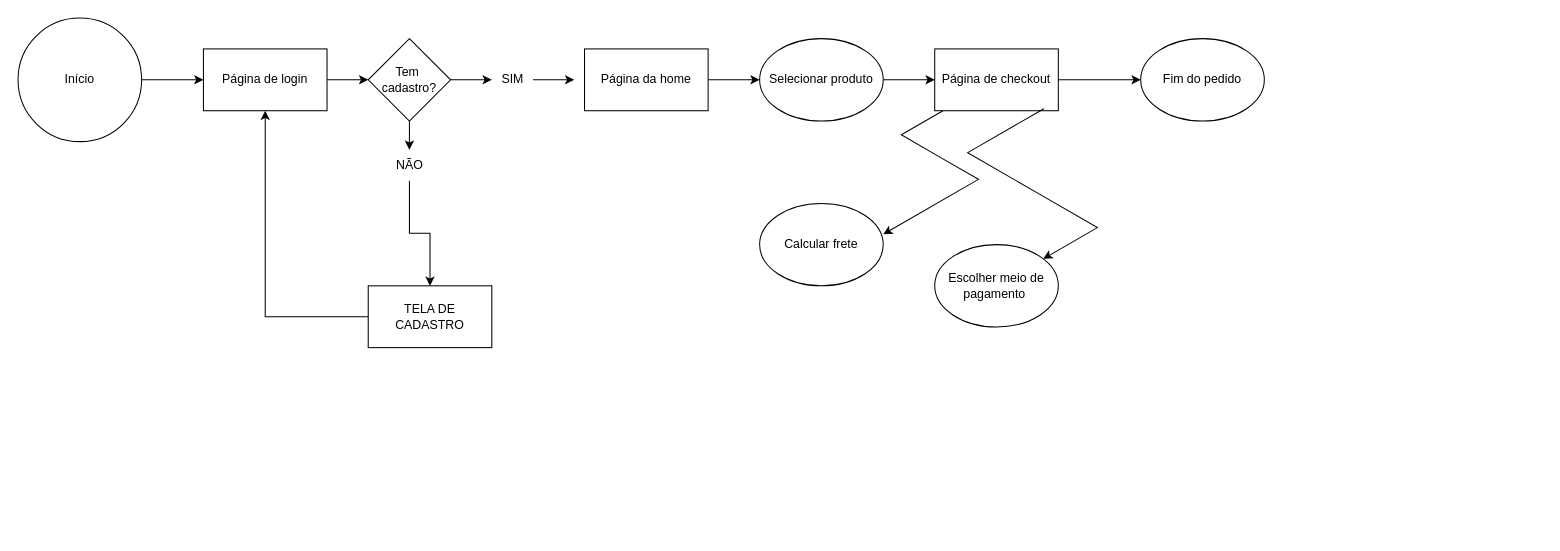
Above: Diagrama sem nome.drawio in murilosouzza/Userflow (draw.io), before the change. Source tidied: cells renumbered, new cells numbered last; positions are measured from the earlier drawing's top-left corner, leaving out a move shared by most shapes. Both pictures are drawn from the tidied source at 103%, with x=0, y=0 at pixel (18, 18).
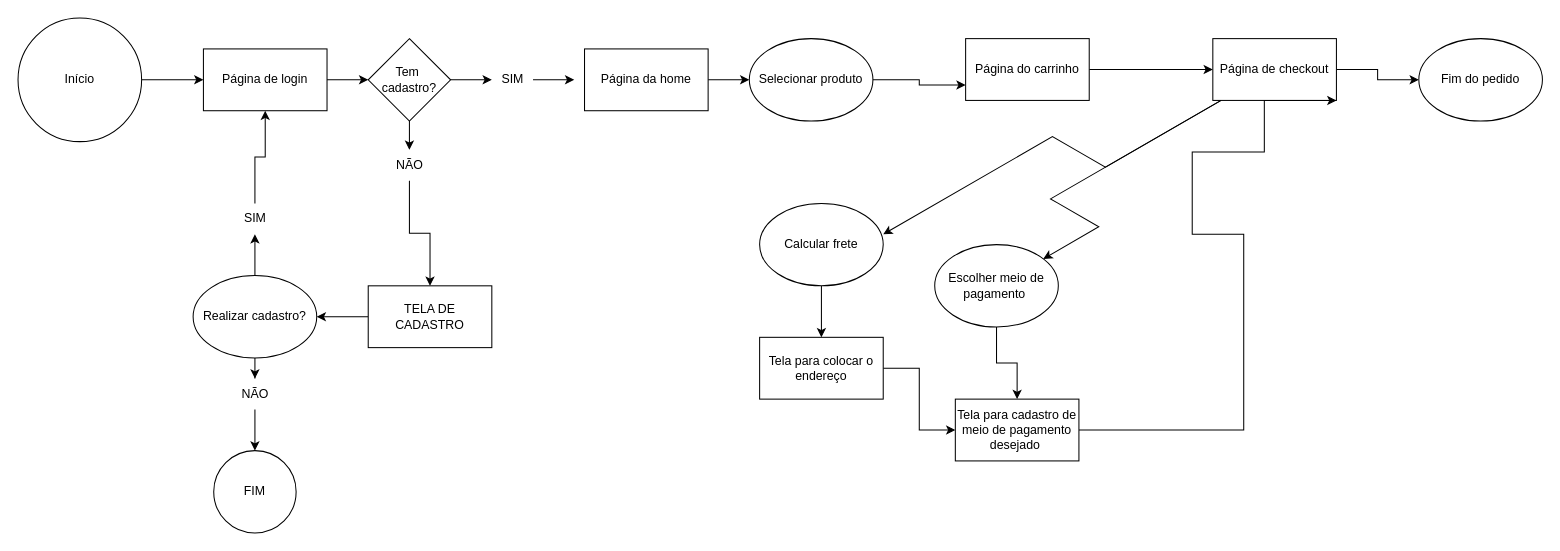
After the change.

The change refers to these unchanged cells:
```xml
<mxCell id="5" value="Página de login" style="rounded=0;whiteSpace=wrap;html=1;" parent="1" vertex="1">
  <mxGeometry x="180" y="30" width="120" height="60" as="geometry" />
</mxCell>
<mxCell id="14" value="TELA DE CADASTRO" style="rounded=0;whiteSpace=wrap;html=1;" parent="1" vertex="1">
  <mxGeometry x="340" y="260" width="120" height="60" as="geometry" />
</mxCell>
<mxCell id="22" value="Calcular frete" style="ellipse;whiteSpace=wrap;html=1;" parent="1" vertex="1">
  <mxGeometry x="720" y="180" width="120" height="80" as="geometry" />
</mxCell>
<mxCell id="24" value="Escolher meio de pagamento&amp;nbsp;" style="ellipse;whiteSpace=wrap;html=1;" parent="1" vertex="1">
  <mxGeometry x="890" y="220" width="120" height="80" as="geometry" />
</mxCell>
```

The edit, as a diff of the source:
```diff
@@
-    <mxCell id="13" style="edgeStyle=orthogonalEdgeStyle;rounded=0;jettySize=auto;html=1;entryX=0.5;entryY=1;entryDx=0;entryDy=0;" parent="1" edge="1" source="14" target="5">
-      <mxGeometry relative="1" as="geometry" />
-    </mxCell>
+    <mxCell id="26" style="edgeStyle=orthogonalEdgeStyle;rounded=0;jettySize=auto;html=1;" parent="1" edge="1" source="14" target="35">
+      <mxGeometry relative="1" as="geometry" />
+    </mxCell>
@@
-    <mxCell id="17" style="edgeStyle=orthogonalEdgeStyle;rounded=0;jettySize=auto;html=1;" parent="1" edge="1" source="18" target="21">
-      <mxGeometry relative="1" as="geometry" />
-    </mxCell>
     <mxCell id="18" value="Selecionar produto" style="ellipse;whiteSpace=wrap;html=1;" parent="1" vertex="1">
-      <mxGeometry x="720" y="20" width="120" height="80" as="geometry" />
+      <mxGeometry x="710" y="20" width="120" height="80" as="geometry" />
     </mxCell>
@@
-    <mxCell id="20" style="edgeStyle=orthogonalEdgeStyle;rounded=0;jettySize=auto;html=1;" parent="1" edge="1" source="21">
-      <mxGeometry relative="1" as="geometry">
-        <mxPoint x="1090" y="60" as="targetPoint" />
-      </mxGeometry>
+    <mxCell id="20" style="edgeStyle=orthogonalEdgeStyle;rounded=0;jettySize=auto;html=1;entryX=0;entryY=0.5;entryDx=0;entryDy=0;" parent="1" edge="1" source="21" target="25">
+      <mxGeometry relative="1" as="geometry" />
     </mxCell>
     <mxCell id="21" value="Página de checkout" style="rounded=0;whiteSpace=wrap;html=1;" parent="1" vertex="1">
-      <mxGeometry x="890" y="30" width="120" height="60" as="geometry" />
+      <mxGeometry x="1160" y="20" width="120" height="60" as="geometry" />
     </mxCell>
+    <mxCell id="27" style="edgeStyle=orthogonalEdgeStyle;rounded=0;jettySize=auto;html=1;" parent="1" edge="1" source="22" target="30">
+      <mxGeometry relative="1" as="geometry" />
+    </mxCell>
@@
-    <mxCell id="23" style="edgeStyle=isometricEdgeStyle;rounded=0;jettySize=auto;html=1;exitX=0.883;exitY=0.967;exitDx=0;exitDy=0;exitPerimeter=0;" parent="1" edge="1" source="21" target="24">
+    <mxCell id="23" style="edgeStyle=isometricEdgeStyle;rounded=0;jettySize=auto;html=1;" parent="1" edge="1" source="21" target="24">
       <mxGeometry relative="1" as="geometry">
         <Array as="points">
+          <mxPoint x="1010" y="180" />
           <mxPoint x="990" y="170" />
         </Array>
       </mxGeometry>
     </mxCell>
+    <mxCell id="28" style="edgeStyle=orthogonalEdgeStyle;rounded=0;jettySize=auto;html=1;" parent="1" edge="1" source="24" target="32">
+      <mxGeometry relative="1" as="geometry" />
+    </mxCell>
@@
     <mxCell id="25" value="Fim do pedido" style="ellipse;whiteSpace=wrap;html=1;" parent="1" vertex="1">
-      <mxGeometry x="1090" y="20" width="120" height="80" as="geometry" />
+      <mxGeometry x="1360" y="20" width="120" height="80" as="geometry" />
     </mxCell>
+    <mxCell id="29" style="edgeStyle=orthogonalEdgeStyle;rounded=0;jettySize=auto;html=1;entryX=0;entryY=0.5;entryDx=0;entryDy=0;" parent="1" edge="1" source="30" target="32">
+      <mxGeometry relative="1" as="geometry" />
+    </mxCell>
+    <mxCell id="30" value="Tela para colocar o endereço" style="rounded=0;whiteSpace=wrap;html=1;" parent="1" vertex="1">
+      <mxGeometry x="720" y="310" width="120" height="60" as="geometry" />
+    </mxCell>
+    <mxCell id="31" style="edgeStyle=orthogonalEdgeStyle;rounded=0;jettySize=auto;html=1;entryX=1;entryY=1;entryDx=0;entryDy=0;" parent="1" edge="1" source="32" target="21">
+      <mxGeometry relative="1" as="geometry">
+        <Array as="points">
+          <mxPoint x="1190" y="400" />
+          <mxPoint x="1190" y="210" />
+          <mxPoint x="1140" y="210" />
+          <mxPoint x="1140" y="130" />
+          <mxPoint x="1210" y="130" />
+          <mxPoint x="1210" y="80" />
+        </Array>
+      </mxGeometry>
+    </mxCell>
+    <mxCell id="32" value="Tela para cadastro de meio de pagamento desejado&amp;nbsp;" style="rounded=0;whiteSpace=wrap;html=1;" parent="1" vertex="1">
+      <mxGeometry x="910" y="370" width="120" height="60" as="geometry" />
+    </mxCell>
+    <mxCell id="33" style="edgeStyle=orthogonalEdgeStyle;rounded=0;jettySize=auto;html=1;" parent="1" edge="1" source="35" target="37">
+      <mxGeometry relative="1" as="geometry" />
+    </mxCell>
+    <mxCell id="34" style="edgeStyle=orthogonalEdgeStyle;rounded=0;jettySize=auto;html=1;" parent="1" edge="1" source="40" target="38">
+      <mxGeometry relative="1" as="geometry" />
+    </mxCell>
+    <mxCell id="35" value="Realizar cadastro?" style="ellipse;whiteSpace=wrap;html=1;" parent="1" vertex="1">
+      <mxGeometry x="170" y="250" width="120" height="80" as="geometry" />
+    </mxCell>
+    <mxCell id="36" style="edgeStyle=orthogonalEdgeStyle;rounded=0;jettySize=auto;html=1;" parent="1" edge="1" source="37" target="5">
+      <mxGeometry relative="1" as="geometry" />
+    </mxCell>
+    <mxCell id="37" value="SIM" style="text;html=1;align=center;verticalAlign=middle;points=[];strokeColor=none;fillColor=none;" parent="1" vertex="1">
+      <mxGeometry x="210" y="180" width="40" height="30" as="geometry" />
+    </mxCell>
+    <mxCell id="38" value="FIM" style="ellipse;whiteSpace=wrap;html=1;" parent="1" vertex="1">
+      <mxGeometry x="190" y="420" width="80" height="80" as="geometry" />
+    </mxCell>
+    <mxCell id="39" style="edgeStyle=orthogonalEdgeStyle;rounded=0;jettySize=auto;html=1;" parent="1" edge="1" source="35" target="40">
+      <mxGeometry relative="1" as="geometry" />
+    </mxCell>
+    <mxCell id="40" value="NÃO" style="text;html=1;align=center;verticalAlign=middle;points=[];strokeColor=none;fillColor=none;" parent="1" vertex="1">
+      <mxGeometry x="205" y="350" width="50" height="30" as="geometry" />
+    </mxCell>
+    <mxCell id="41" style="edgeStyle=orthogonalEdgeStyle;rounded=0;jettySize=auto;html=1;entryX=0;entryY=0.75;entryDx=0;entryDy=0;" parent="1" edge="1" source="18" target="43">
+      <mxGeometry relative="1" as="geometry" />
+    </mxCell>
+    <mxCell id="42" style="edgeStyle=orthogonalEdgeStyle;rounded=0;jettySize=auto;html=1;" parent="1" edge="1" source="43" target="21">
+      <mxGeometry relative="1" as="geometry" />
+    </mxCell>
+    <mxCell id="43" value="Página do carrinho" style="rounded=0;whiteSpace=wrap;html=1;" parent="1" vertex="1">
+      <mxGeometry x="920" y="20" width="120" height="60" as="geometry" />
+    </mxCell>
```
